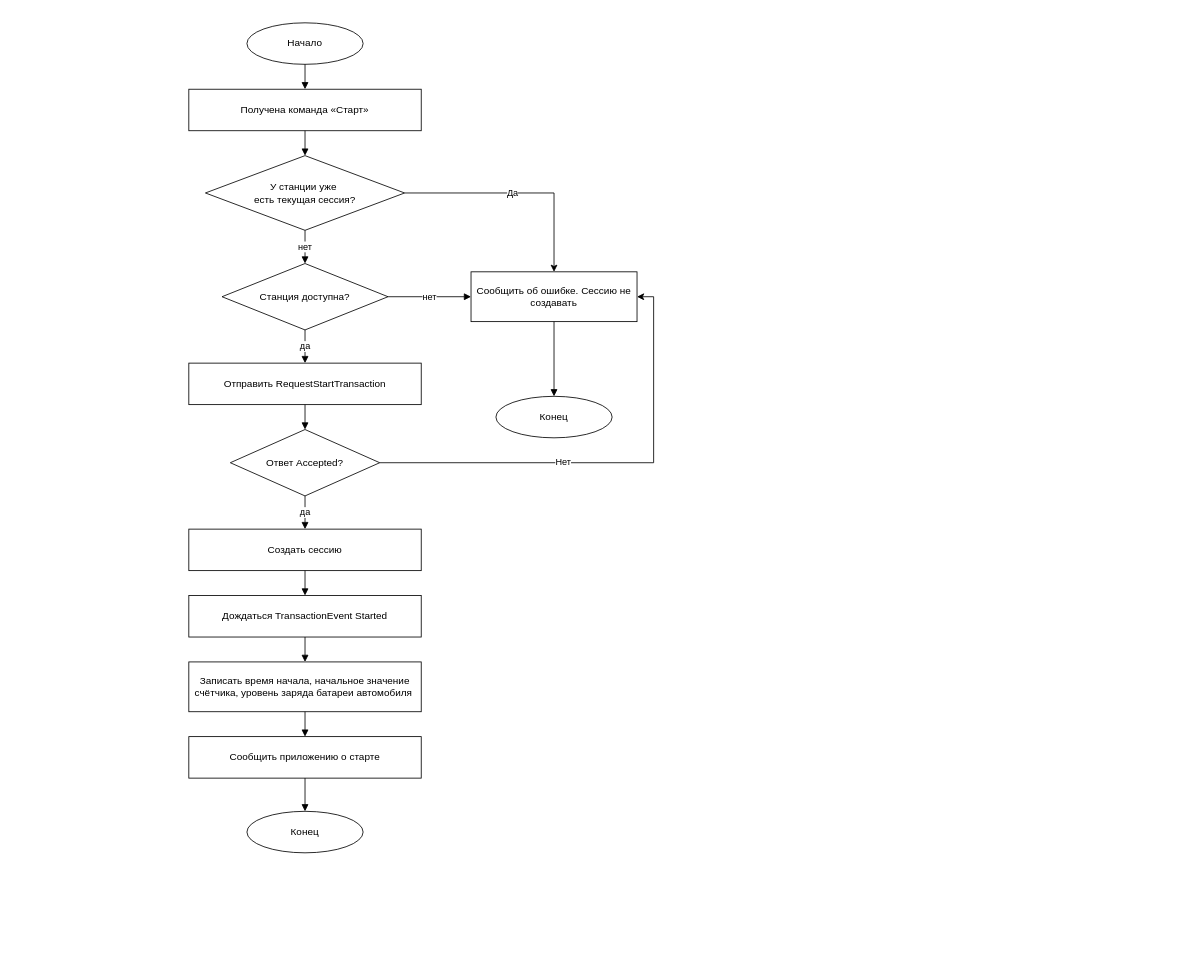
This is Диаграммы/Запуск сессии (2.8).drawio from PetrachkovArtem/diplom, a draw.io file, before an edit. Source tidied: cells renumbered, new cells numbered last; positions are measured from the earlier drawing's top-left corner, leaving out a move shared by most shapes. Both pictures are drawn from the tidied source at 83%, with x=0, y=0 at pixel (188, 22).
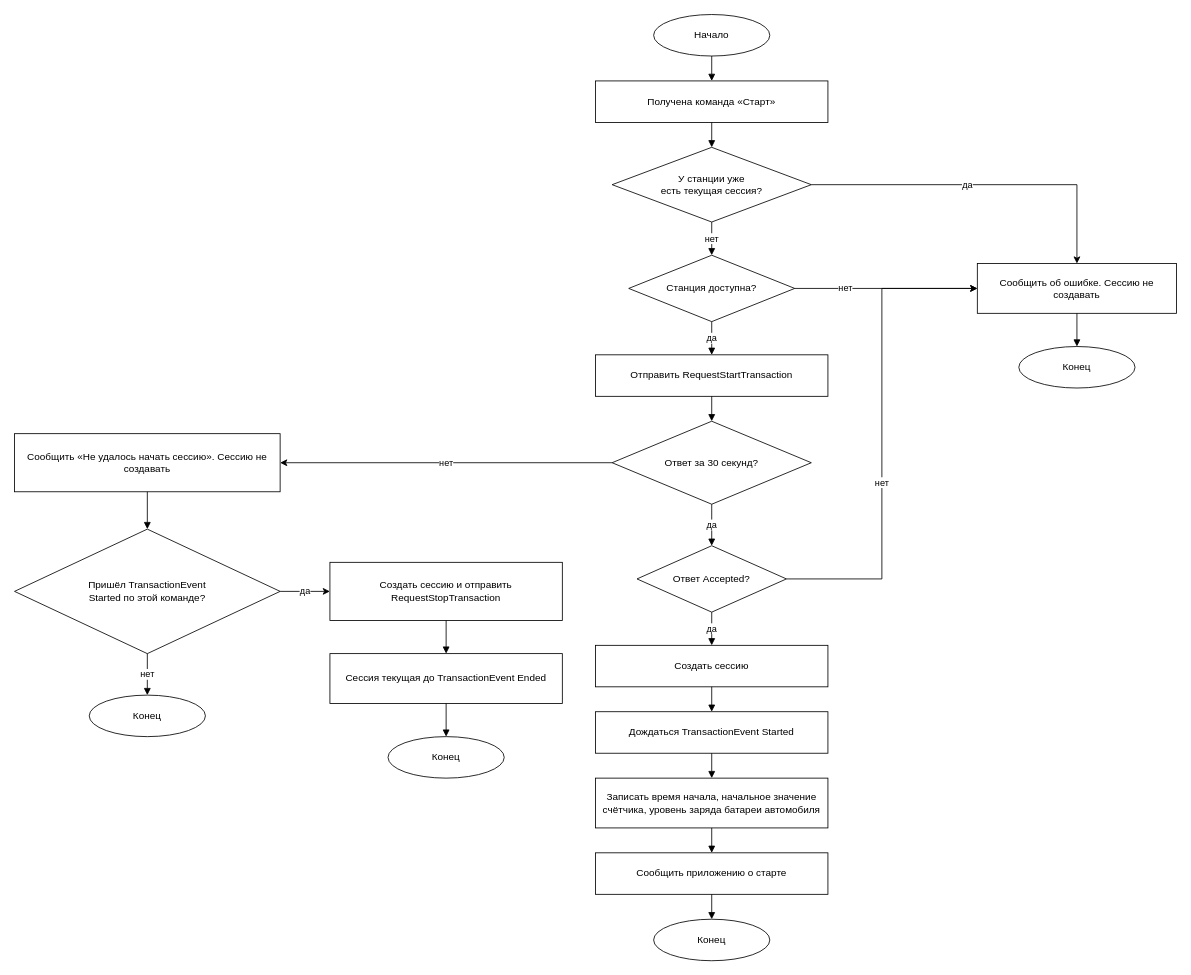
The same diagram, later.

What changed in the source:
```diff
@@
-<mxGraphModel background="light-dark(#ffffff, #121212)">
+<mxGraphModel background="#ffffff">
@@
-    <mxCell id="2" value="Начало" style="ellipse;whiteSpace=wrap;html=1;" parent="1" vertex="1">
-      <mxGeometry x="70" width="140" height="50" as="geometry" />
+    <mxCell id="2" value="Начало" style="ellipse;whiteSpace=wrap;html=1;fillColor=#ffffff;strokeColor=#000000;fontColor=#000000;" parent="1" vertex="1">
+      <mxGeometry x="560" y="-10" width="140" height="50" as="geometry" />
     </mxCell>
-    <mxCell id="3" value="Получена команда «Старт»" style="rounded=0;whiteSpace=wrap;html=1;" parent="1" vertex="1">
-      <mxGeometry y="80" width="280" height="50" as="geometry" />
+    <mxCell id="3" value="Получена команда «Старт»" style="rounded=0;whiteSpace=wrap;html=1;fillColor=#ffffff;strokeColor=#000000;fontColor=#000000;" parent="1" vertex="1">
+      <mxGeometry x="490" y="70" width="280" height="50" as="geometry" />
     </mxCell>
-    <mxCell id="4" style="edgeStyle=orthogonalEdgeStyle;rounded=0;jettySize=auto;html=1;entryX=0.5;entryY=0;entryDx=0;entryDy=0;defaultLabelBackgroundColor=page;" parent="1" edge="1" source="6" target="16">
-      <mxGeometry relative="1" as="geometry" />
-    </mxCell>
-    <mxCell id="5" value="Да" style="edgeLabel;html=1;align=center;verticalAlign=middle;inheritText=1;defaultLabelBackgroundColor=page;" parent="4" vertex="1">
-      <mxGeometry x="-0.06" y="1" relative="1" as="geometry" />
-    </mxCell>
-    <mxCell id="6" value="У станции уже&amp;nbsp;&lt;div&gt;есть текущая сессия?&lt;/div&gt;" style="rhombus;whiteSpace=wrap;html=1;" parent="1" vertex="1">
-      <mxGeometry x="20" y="160" width="240" height="90" as="geometry" />
+    <mxCell id="6" value="У станции уже&lt;div&gt;есть текущая сессия?&lt;/div&gt;" style="rhombus;whiteSpace=wrap;html=1;fillColor=#ffffff;strokeColor=#000000;fontColor=#000000;" parent="1" vertex="1">
+      <mxGeometry x="510" y="150" width="240" height="90" as="geometry" />
     </mxCell>
-    <mxCell id="7" value="Станция доступна?" style="rhombus;whiteSpace=wrap;html=1;" parent="1" vertex="1">
-      <mxGeometry x="40" y="290" width="200" height="80" as="geometry" />
+    <mxCell id="7" value="Станция доступна?" style="rhombus;whiteSpace=wrap;html=1;fillColor=#ffffff;strokeColor=#000000;fontColor=#000000;" parent="1" vertex="1">
+      <mxGeometry x="530" y="280" width="200" height="80" as="geometry" />
     </mxCell>
-    <mxCell id="8" value="Отправить RequestStartTransaction" style="rounded=0;whiteSpace=wrap;html=1;" parent="1" vertex="1">
-      <mxGeometry y="410" width="280" height="50" as="geometry" />
+    <mxCell id="8" value="Отправить RequestStartTransaction" style="rounded=0;whiteSpace=wrap;html=1;fillColor=#ffffff;strokeColor=#000000;fontColor=#000000;" parent="1" vertex="1">
+      <mxGeometry x="490" y="400" width="280" height="50" as="geometry" />
     </mxCell>
-    <mxCell id="9" style="edgeStyle=orthogonalEdgeStyle;rounded=0;jettySize=auto;html=1;entryX=1;entryY=0.5;entryDx=0;entryDy=0;defaultLabelBackgroundColor=page;" parent="1" edge="1" source="11" target="16">
-      <mxGeometry relative="1" as="geometry" />
-    </mxCell>
-    <mxCell id="10" value="Нет" style="edgeLabel;html=1;align=center;verticalAlign=middle;inheritText=1;defaultLabelBackgroundColor=page;" parent="9" vertex="1">
-      <mxGeometry x="-0.2" y="2" relative="1" as="geometry" />
-    </mxCell>
+    <mxCell id="31" value="Ответ за 30 секунд?" style="rhombus;whiteSpace=wrap;html=1;fillColor=#ffffff;strokeColor=#000000;fontColor=#000000;" parent="1" vertex="1">
+      <mxGeometry x="510" y="480" width="240" height="100" as="geometry" />
+    </mxCell>
-    <mxCell id="11" value="Ответ Accepted?" style="rhombus;whiteSpace=wrap;html=1;" parent="1" vertex="1">
-      <mxGeometry x="50" y="490" width="180" height="80" as="geometry" />
+    <mxCell id="11" value="Ответ Accepted?" style="rhombus;whiteSpace=wrap;html=1;fillColor=#ffffff;strokeColor=#000000;fontColor=#000000;" parent="1" vertex="1">
+      <mxGeometry x="540" y="630" width="180" height="80" as="geometry" />
     </mxCell>
-    <mxCell id="12" value="Создать сессию" style="rounded=0;whiteSpace=wrap;html=1;" parent="1" vertex="1">
-      <mxGeometry y="610" width="280" height="50" as="geometry" />
+    <mxCell id="12" value="Создать сессию" style="rounded=0;whiteSpace=wrap;html=1;fillColor=#ffffff;strokeColor=#000000;fontColor=#000000;" parent="1" vertex="1">
+      <mxGeometry x="490" y="750" width="280" height="50" as="geometry" />
     </mxCell>
-    <mxCell id="13" value="Дождаться TransactionEvent Started" style="rounded=0;whiteSpace=wrap;html=1;" parent="1" vertex="1">
-      <mxGeometry y="690" width="280" height="50" as="geometry" />
+    <mxCell id="13" value="Дождаться TransactionEvent Started" style="rounded=0;whiteSpace=wrap;html=1;fillColor=#ffffff;strokeColor=#000000;fontColor=#000000;" parent="1" vertex="1">
+      <mxGeometry x="490" y="830" width="280" height="50" as="geometry" />
     </mxCell>
-    <mxCell id="14" value="Записать время начала, начальное значение счётчика, уровень заряда батареи автомобиля&amp;nbsp;" style="rounded=0;whiteSpace=wrap;html=1;" parent="1" vertex="1">
-      <mxGeometry y="770" width="280" height="60" as="geometry" />
+    <mxCell id="14" value="Записать время начала, начальное значение счётчика, уровень заряда батареи автомобиля" style="rounded=0;whiteSpace=wrap;html=1;fillColor=#ffffff;strokeColor=#000000;fontColor=#000000;" parent="1" vertex="1">
+      <mxGeometry x="490" y="910" width="280" height="60" as="geometry" />
     </mxCell>
-    <mxCell id="15" value="Сообщить приложению о старте" style="rounded=0;whiteSpace=wrap;html=1;" parent="1" vertex="1">
-      <mxGeometry y="860" width="280" height="50" as="geometry" />
+    <mxCell id="15" value="Сообщить приложению о старте" style="rounded=0;whiteSpace=wrap;html=1;fillColor=#ffffff;strokeColor=#000000;fontColor=#000000;" parent="1" vertex="1">
+      <mxGeometry x="490" y="1000" width="280" height="50" as="geometry" />
     </mxCell>
+    <mxCell id="17" value="Конец" style="ellipse;whiteSpace=wrap;html=1;fillColor=#ffffff;strokeColor=#000000;fontColor=#000000;" parent="1" vertex="1">
+      <mxGeometry x="560" y="1080" width="140" height="50" as="geometry" />
+    </mxCell>
-    <mxCell id="16" value="Сообщить об ошибке. Сессию не создавать" style="rounded=0;whiteSpace=wrap;html=1;" parent="1" vertex="1">
-      <mxGeometry x="340" y="300" width="200" height="60" as="geometry" />
+    <mxCell id="16" value="Сообщить об ошибке. Сессию не создавать" style="rounded=0;whiteSpace=wrap;html=1;fillColor=#ffffff;strokeColor=#000000;fontColor=#000000;" parent="1" vertex="1">
+      <mxGeometry x="950" y="290" width="240" height="60" as="geometry" />
     </mxCell>
-    <mxCell id="17" value="Конец" style="ellipse;whiteSpace=wrap;html=1;" parent="1" vertex="1">
-      <mxGeometry x="70" y="950" width="140" height="50" as="geometry" />
-    </mxCell>
-    <mxCell id="18" value="Конец" style="ellipse;whiteSpace=wrap;html=1;" parent="1" vertex="1">
-      <mxGeometry x="370" y="450" width="140" height="50" as="geometry" />
+    <mxCell id="18" value="Конец" style="ellipse;whiteSpace=wrap;html=1;fillColor=#ffffff;strokeColor=#000000;fontColor=#000000;" parent="1" vertex="1">
+      <mxGeometry x="1000" y="390" width="140" height="50" as="geometry" />
     </mxCell>
+    <mxCell id="32" value="Сообщить «Не удалось начать сессию». Сессию не создавать" style="rounded=0;whiteSpace=wrap;html=1;fillColor=#ffffff;strokeColor=#000000;fontColor=#000000;" parent="1" vertex="1">
+      <mxGeometry x="-210" y="495" width="320" height="70" as="geometry" />
+    </mxCell>
+    <mxCell id="33" value="Пришёл TransactionEvent&lt;div&gt;Started по этой команде?&lt;/div&gt;" style="rhombus;whiteSpace=wrap;html=1;fillColor=#ffffff;strokeColor=#000000;fontColor=#000000;" parent="1" vertex="1">
+      <mxGeometry x="-210" y="610" width="320" height="150" as="geometry" />
+    </mxCell>
+    <mxCell id="34" value="Конец" style="ellipse;whiteSpace=wrap;html=1;fillColor=#ffffff;strokeColor=#000000;fontColor=#000000;" parent="1" vertex="1">
+      <mxGeometry x="-120" y="810" width="140" height="50" as="geometry" />
+    </mxCell>
+    <mxCell id="35" value="Создать сессию и отправить RequestStopTransaction" style="rounded=0;whiteSpace=wrap;html=1;fillColor=#ffffff;strokeColor=#000000;fontColor=#000000;" parent="1" vertex="1">
+      <mxGeometry x="170" y="650" width="280" height="70" as="geometry" />
+    </mxCell>
+    <mxCell id="36" value="Сессия текущая до TransactionEvent Ended" style="rounded=0;whiteSpace=wrap;html=1;fillColor=#ffffff;strokeColor=#000000;fontColor=#000000;" parent="1" vertex="1">
+      <mxGeometry x="170" y="760" width="280" height="60" as="geometry" />
+    </mxCell>
+    <mxCell id="37" value="Конец" style="ellipse;whiteSpace=wrap;html=1;fillColor=#ffffff;strokeColor=#000000;fontColor=#000000;" parent="1" vertex="1">
+      <mxGeometry x="240" y="860" width="140" height="50" as="geometry" />
+    </mxCell>
-    <mxCell id="19" style="endArrow=block;html=1;" parent="1" edge="1" source="2" target="3">
+    <mxCell id="19" style="endArrow=block;html=1;strokeColor=#000000;fontColor=#000000;" parent="1" edge="1" source="2" target="3">
       <mxGeometry relative="1" as="geometry" />
     </mxCell>
-    <mxCell id="20" style="endArrow=block;html=1;" parent="1" edge="1" source="3" target="6">
+    <mxCell id="20" style="endArrow=block;html=1;strokeColor=#000000;fontColor=#000000;" parent="1" edge="1" source="3" target="6">
       <mxGeometry relative="1" as="geometry" />
     </mxCell>
+    <mxCell id="4" style="edgeStyle=orthogonalEdgeStyle;rounded=0;jettySize=auto;html=1;exitX=1;exitY=0.5;entryX=0.5;entryY=0;strokeColor=#000000;fontColor=#000000;labelBackgroundColor=#ffffff;" parent="1" edge="1" source="6" target="16">
+      <mxGeometry relative="1" as="geometry" />
+    </mxCell>
+    <mxCell id="5" value="да" style="edgeLabel;html=1;align=center;verticalAlign=middle;fontColor=#000000;" parent="4" vertex="1">
+      <mxGeometry x="-0.1" y="1" relative="1" as="geometry" />
+    </mxCell>
-    <mxCell id="21" value="нет" style="endArrow=block;html=1;" parent="1" edge="1" source="6" target="7">
+    <mxCell id="21" value="нет" style="endArrow=block;html=1;strokeColor=#000000;fontColor=#000000;labelBackgroundColor=#ffffff;" parent="1" edge="1" source="6" target="7">
       <mxGeometry relative="1" as="geometry" />
     </mxCell>
-    <mxCell id="22" value="да" style="endArrow=block;html=1;" parent="1" edge="1" source="7" target="8">
+    <mxCell id="22" value="да" style="endArrow=block;html=1;strokeColor=#000000;fontColor=#000000;labelBackgroundColor=#ffffff;" parent="1" edge="1" source="7" target="8">
       <mxGeometry relative="1" as="geometry" />
     </mxCell>
-    <mxCell id="23" value="нет" style="endArrow=block;html=1;exitX=1;exitY=0.5;entryX=0;entryY=0.5;" parent="1" edge="1" source="7" target="16">
-      <mxGeometry relative="1" as="geometry" />
+    <mxCell id="23" value="нет" style="edgeStyle=orthogonalEdgeStyle;rounded=0;jettySize=auto;html=1;exitX=1;exitY=0.5;entryX=0;entryY=0.5;strokeColor=#000000;fontColor=#000000;labelBackgroundColor=#ffffff;" parent="1" edge="1" source="7" target="16">
+      <mxGeometry x="-0.45" y="1" relative="1" as="geometry" />
     </mxCell>
-    <mxCell id="24" style="endArrow=block;html=1;" parent="1" edge="1" source="8" target="11">
+    <mxCell id="24" style="endArrow=block;html=1;strokeColor=#000000;fontColor=#000000;" parent="1" edge="1" source="8" target="31">
       <mxGeometry relative="1" as="geometry" />
     </mxCell>
+    <mxCell id="38" value="да" style="endArrow=block;html=1;strokeColor=#000000;fontColor=#000000;labelBackgroundColor=#ffffff;" parent="1" edge="1" source="31" target="11">
+      <mxGeometry relative="1" as="geometry" />
+    </mxCell>
+    <mxCell id="39" value="нет" style="edgeStyle=orthogonalEdgeStyle;rounded=0;jettySize=auto;html=1;exitX=0;exitY=0.5;entryX=1;entryY=0.5;strokeColor=#000000;fontColor=#000000;labelBackgroundColor=#ffffff;" parent="1" edge="1" source="31" target="32">
+      <mxGeometry relative="1" as="geometry" />
+    </mxCell>
+    <mxCell id="40" style="endArrow=block;html=1;strokeColor=#000000;fontColor=#000000;" parent="1" edge="1" source="32" target="33">
+      <mxGeometry relative="1" as="geometry" />
+    </mxCell>
+    <mxCell id="41" value="нет" style="endArrow=block;html=1;exitX=0.5;exitY=1;entryX=0.5;entryY=0;strokeColor=#000000;fontColor=#000000;labelBackgroundColor=#ffffff;" parent="1" edge="1" source="33" target="34">
+      <mxGeometry relative="1" as="geometry" />
+    </mxCell>
+    <mxCell id="42" value="да" style="edgeStyle=orthogonalEdgeStyle;rounded=0;jettySize=auto;html=1;exitX=1;exitY=0.5;entryX=0;entryY=0.5;strokeColor=#000000;fontColor=#000000;labelBackgroundColor=#ffffff;" parent="1" edge="1" source="33" target="35">
+      <mxGeometry relative="1" as="geometry" />
+    </mxCell>
+    <mxCell id="43" style="endArrow=block;html=1;strokeColor=#000000;fontColor=#000000;" parent="1" edge="1" source="35" target="36">
+      <mxGeometry relative="1" as="geometry" />
+    </mxCell>
+    <mxCell id="44" style="endArrow=block;html=1;strokeColor=#000000;fontColor=#000000;" parent="1" edge="1" source="36" target="37">
+      <mxGeometry relative="1" as="geometry" />
+    </mxCell>
+    <mxCell id="9" style="edgeStyle=orthogonalEdgeStyle;rounded=0;jettySize=auto;html=1;exitX=1;exitY=0.5;entryX=0;entryY=0.5;strokeColor=#000000;fontColor=#000000;labelBackgroundColor=#ffffff;" parent="1" edge="1" source="11" target="16">
+      <mxGeometry relative="1" as="geometry" />
+    </mxCell>
+    <mxCell id="10" value="нет" style="edgeLabel;html=1;align=center;verticalAlign=middle;fontColor=#000000;" parent="9" vertex="1">
+      <mxGeometry x="-0.2" y="1" relative="1" as="geometry" />
+    </mxCell>
-    <mxCell id="25" value="да" style="endArrow=block;html=1;" parent="1" edge="1" source="11" target="12">
+    <mxCell id="25" value="да" style="endArrow=block;html=1;strokeColor=#000000;fontColor=#000000;labelBackgroundColor=#ffffff;" parent="1" edge="1" source="11" target="12">
       <mxGeometry relative="1" as="geometry" />
     </mxCell>
-    <mxCell id="26" style="endArrow=block;html=1;" parent="1" edge="1" source="12" target="13">
+    <mxCell id="26" style="endArrow=block;html=1;strokeColor=#000000;fontColor=#000000;" parent="1" edge="1" source="12" target="13">
       <mxGeometry relative="1" as="geometry" />
     </mxCell>
-    <mxCell id="27" style="endArrow=block;html=1;" parent="1" edge="1" source="13" target="14">
+    <mxCell id="27" style="endArrow=block;html=1;strokeColor=#000000;fontColor=#000000;" parent="1" edge="1" source="13" target="14">
       <mxGeometry relative="1" as="geometry" />
     </mxCell>
-    <mxCell id="28" style="endArrow=block;html=1;" parent="1" edge="1" source="14" target="15">
+    <mxCell id="28" style="endArrow=block;html=1;strokeColor=#000000;fontColor=#000000;" parent="1" edge="1" source="14" target="15">
       <mxGeometry relative="1" as="geometry" />
     </mxCell>
-    <mxCell id="29" style="endArrow=block;html=1;" parent="1" edge="1" source="15" target="17">
+    <mxCell id="29" style="endArrow=block;html=1;strokeColor=#000000;fontColor=#000000;" parent="1" edge="1" source="15" target="17">
       <mxGeometry relative="1" as="geometry" />
     </mxCell>
-    <mxCell id="30" style="endArrow=block;html=1;" parent="1" edge="1" source="16" target="18">
+    <mxCell id="30" style="endArrow=block;html=1;strokeColor=#000000;fontColor=#000000;" parent="1" edge="1" source="16" target="18">
       <mxGeometry relative="1" as="geometry" />
     </mxCell>
```
